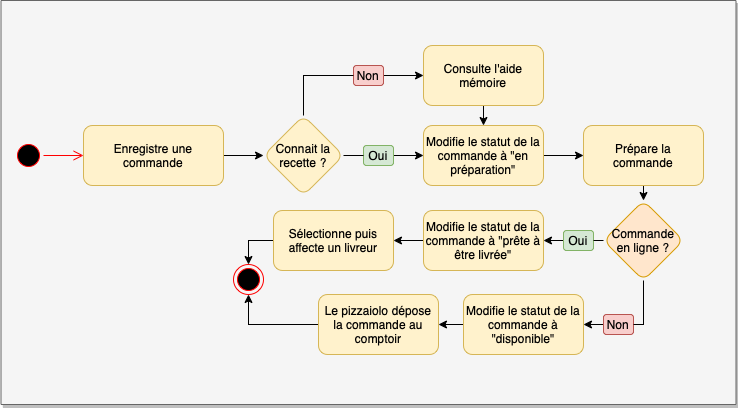
Above: package cuisine.drawio.png in YvesC88/Project-6 (draw.io), before the change. Source tidied: cells renumbered, new cells last; positions are measured from the earlier drawing's top-left corner, leaving out a move shared by most shapes. The source it was exported from:
```xml
<mxGraphModel>
  <root>
    <mxCell id="0" />
    <mxCell id="1" parent="0" />
    <mxCell id="2" style="rounded=0;whiteSpace=wrap;html=1;fillColor=#f5f5f5;fontColor=#333333;strokeColor=#666666;shadow=1;" parent="1" vertex="1">
      <mxGeometry x="-0.5" width="735" height="404" as="geometry" />
    </mxCell>
    <mxCell id="3" style="ellipse;html=1;shape=startState;fillColor=#000000;strokeColor=#ff0000;" parent="1" vertex="1">
      <mxGeometry x="12" y="140" width="30" height="30" as="geometry" />
    </mxCell>
    <mxCell id="4" style="edgeStyle=orthogonalEdgeStyle;html=1;verticalAlign=bottom;endArrow=open;endSize=8;strokeColor=#ff0000;rounded=0;entryX=0;entryY=0.5;entryDx=0;entryDy=0;" parent="1" edge="1" source="3" target="6">
      <mxGeometry relative="1" as="geometry" />
    </mxCell>
    <mxCell id="5" style="edgeStyle=orthogonalEdgeStyle;rounded=0;jettySize=auto;html=1;exitX=1;exitY=0.5;exitDx=0;exitDy=0;entryX=0;entryY=0.5;entryDx=0;entryDy=0;endArrow=classic;endFill=1;" parent="1" edge="1" source="6" target="9">
      <mxGeometry relative="1" as="geometry" />
    </mxCell>
    <mxCell id="6" value="Enregistre une commande" style="rounded=1;whiteSpace=wrap;html=1;fillColor=#fff2cc;strokeColor=#d6b656;" parent="1" vertex="1">
      <mxGeometry x="82" y="125" width="140" height="60" as="geometry" />
    </mxCell>
    <mxCell id="7" style="edgeStyle=orthogonalEdgeStyle;rounded=0;jettySize=auto;html=1;exitX=1;exitY=0.5;exitDx=0;exitDy=0;entryX=0;entryY=0.5;entryDx=0;entryDy=0;endArrow=classic;endFill=1;startArrow=none;" parent="1" edge="1" source="16" target="11">
      <mxGeometry relative="1" as="geometry" />
    </mxCell>
    <mxCell id="8" style="edgeStyle=orthogonalEdgeStyle;rounded=0;jettySize=auto;html=1;exitX=1;exitY=0.5;exitDx=0;exitDy=0;entryX=0;entryY=0.5;entryDx=0;entryDy=0;endArrow=classic;endFill=1;startArrow=none;" parent="1" edge="1" source="14" target="13">
      <mxGeometry relative="1" as="geometry" />
    </mxCell>
    <mxCell id="9" value="Connait la recette ?" style="rhombus;whiteSpace=wrap;html=1;fillColor=#fff2cc;strokeColor=#d6b656;rounded=1;" parent="1" vertex="1">
      <mxGeometry x="262" y="115" width="80" height="80" as="geometry" />
    </mxCell>
    <mxCell id="10" style="edgeStyle=orthogonalEdgeStyle;rounded=0;jettySize=auto;html=1;exitX=0.5;exitY=1;exitDx=0;exitDy=0;entryX=0.5;entryY=0;entryDx=0;entryDy=0;endArrow=classic;endFill=1;" parent="1" edge="1" source="11" target="13">
      <mxGeometry relative="1" as="geometry" />
    </mxCell>
    <mxCell id="11" value="Consulte l'aide mémoire" style="rounded=1;whiteSpace=wrap;html=1;fillColor=#fff2cc;strokeColor=#d6b656;" parent="1" vertex="1">
      <mxGeometry x="422" y="45" width="120" height="60" as="geometry" />
    </mxCell>
    <mxCell id="12" style="edgeStyle=orthogonalEdgeStyle;rounded=0;jettySize=auto;html=1;exitX=1;exitY=0.5;exitDx=0;exitDy=0;entryX=0;entryY=0.5;entryDx=0;entryDy=0;endArrow=classic;endFill=1;" parent="1" edge="1" source="13" target="21">
      <mxGeometry relative="1" as="geometry" />
    </mxCell>
    <mxCell id="13" value="Modifie le statut de la commande à &quot;en préparation&quot;" style="rounded=1;whiteSpace=wrap;html=1;fillColor=#fff2cc;strokeColor=#d6b656;" parent="1" vertex="1">
      <mxGeometry x="422" y="125" width="120" height="60" as="geometry" />
    </mxCell>
    <mxCell id="14" value="Oui" style="text;html=1;strokeColor=#82b366;fillColor=#d5e8d4;align=center;verticalAlign=middle;whiteSpace=wrap;rounded=1;" parent="1" vertex="1">
      <mxGeometry x="362" y="145" width="30" height="20" as="geometry" />
    </mxCell>
    <mxCell id="15" style="edgeStyle=orthogonalEdgeStyle;rounded=0;jettySize=auto;html=1;exitX=1;exitY=0.5;exitDx=0;exitDy=0;entryX=0;entryY=0.5;entryDx=0;entryDy=0;endArrow=none;endFill=1;" parent="1" edge="1" source="9" target="14">
      <mxGeometry relative="1" as="geometry" />
    </mxCell>
    <mxCell id="16" value="Non" style="text;html=1;strokeColor=#b85450;fillColor=#f8cecc;align=center;verticalAlign=middle;whiteSpace=wrap;rounded=1;" parent="1" vertex="1">
      <mxGeometry x="352" y="65" width="30" height="20" as="geometry" />
    </mxCell>
    <mxCell id="17" style="edgeStyle=orthogonalEdgeStyle;rounded=0;jettySize=auto;html=1;exitX=0.5;exitY=0;exitDx=0;exitDy=0;entryX=0;entryY=0.5;entryDx=0;entryDy=0;endArrow=none;endFill=1;" parent="1" edge="1" source="9" target="16">
      <mxGeometry relative="1" as="geometry" />
    </mxCell>
    <mxCell id="18" style="edgeStyle=orthogonalEdgeStyle;rounded=0;jettySize=auto;html=1;exitX=0;exitY=0.5;exitDx=0;exitDy=0;entryX=0.5;entryY=0;entryDx=0;entryDy=0;" parent="1" edge="1" source="19" target="24">
      <mxGeometry relative="1" as="geometry" />
    </mxCell>
    <mxCell id="19" value="Sélectionne puis affecte un livreur" style="rounded=1;whiteSpace=wrap;html=1;fillColor=#fff2cc;strokeColor=#d6b656;" parent="1" vertex="1">
      <mxGeometry x="272" y="210" width="120" height="60" as="geometry" />
    </mxCell>
    <mxCell id="20" style="edgeStyle=orthogonalEdgeStyle;rounded=0;jettySize=auto;html=1;exitX=0.5;exitY=1;exitDx=0;exitDy=0;entryX=0.5;entryY=0;entryDx=0;entryDy=0;" parent="1" edge="1" source="21" target="25">
      <mxGeometry relative="1" as="geometry" />
    </mxCell>
    <mxCell id="21" value="Prépare la commande" style="rounded=1;whiteSpace=wrap;html=1;fillColor=#fff2cc;strokeColor=#d6b656;" parent="1" vertex="1">
      <mxGeometry x="582" y="125" width="120" height="60" as="geometry" />
    </mxCell>
    <mxCell id="22" style="edgeStyle=orthogonalEdgeStyle;rounded=0;jettySize=auto;html=1;exitX=0;exitY=0.5;exitDx=0;exitDy=0;entryX=0.5;entryY=1;entryDx=0;entryDy=0;" parent="1" edge="1" source="23" target="24">
      <mxGeometry relative="1" as="geometry" />
    </mxCell>
    <mxCell id="23" value="Le pizzaiolo dépose la commande au comptoir" style="whiteSpace=wrap;html=1;rounded=1;strokeColor=#d6b656;fillColor=#fff2cc;" parent="1" vertex="1">
      <mxGeometry x="317" y="294" width="120" height="60" as="geometry" />
    </mxCell>
    <mxCell id="24" style="ellipse;html=1;shape=endState;fillColor=#000000;strokeColor=#ff0000;" parent="1" vertex="1">
      <mxGeometry x="232" y="264" width="30" height="30" as="geometry" />
    </mxCell>
    <mxCell id="25" value="Commande en ligne ?" style="rhombus;whiteSpace=wrap;html=1;rounded=1;fillColor=#ffe6cc;strokeColor=#d79b00;" parent="1" vertex="1">
      <mxGeometry x="602" y="200" width="80" height="80" as="geometry" />
    </mxCell>
    <mxCell id="26" style="edgeStyle=orthogonalEdgeStyle;rounded=0;jettySize=auto;html=1;exitX=0;exitY=0.5;exitDx=0;exitDy=0;entryX=1;entryY=0.5;entryDx=0;entryDy=0;" parent="1" edge="1" source="27" target="35">
      <mxGeometry relative="1" as="geometry" />
    </mxCell>
    <mxCell id="27" value="Oui" style="text;html=1;strokeColor=#82b366;fillColor=#d5e8d4;align=center;verticalAlign=middle;whiteSpace=wrap;rounded=1;" parent="1" vertex="1">
      <mxGeometry x="562" y="230" width="30" height="20" as="geometry" />
    </mxCell>
    <mxCell id="28" style="edgeStyle=orthogonalEdgeStyle;rounded=0;jettySize=auto;html=1;exitX=0;exitY=0.5;exitDx=0;exitDy=0;entryX=1;entryY=0.5;entryDx=0;entryDy=0;endArrow=none;" parent="1" edge="1" source="25" target="27">
      <mxGeometry relative="1" as="geometry" />
    </mxCell>
    <mxCell id="29" style="edgeStyle=orthogonalEdgeStyle;rounded=0;jettySize=auto;html=1;exitX=0;exitY=0.5;exitDx=0;exitDy=0;entryX=1;entryY=0.5;entryDx=0;entryDy=0;" parent="1" edge="1" source="30" target="33">
      <mxGeometry relative="1" as="geometry" />
    </mxCell>
    <mxCell id="30" value="Non" style="text;html=1;strokeColor=#b85450;fillColor=#f8cecc;align=center;verticalAlign=middle;whiteSpace=wrap;rounded=1;" parent="1" vertex="1">
      <mxGeometry x="602" y="314" width="30" height="20" as="geometry" />
    </mxCell>
    <mxCell id="31" style="edgeStyle=orthogonalEdgeStyle;rounded=0;jettySize=auto;html=1;exitX=0.5;exitY=1;exitDx=0;exitDy=0;entryX=1;entryY=0.5;entryDx=0;entryDy=0;endArrow=none;" parent="1" edge="1" source="25" target="30">
      <mxGeometry relative="1" as="geometry">
        <Array as="points">
          <mxPoint x="642" y="324" />
        </Array>
      </mxGeometry>
    </mxCell>
    <mxCell id="32" style="edgeStyle=orthogonalEdgeStyle;rounded=0;jettySize=auto;html=1;exitX=0;exitY=0.5;exitDx=0;exitDy=0;entryX=1;entryY=0.5;entryDx=0;entryDy=0;" parent="1" edge="1" source="33" target="23">
      <mxGeometry relative="1" as="geometry" />
    </mxCell>
    <mxCell id="33" value="Modifie le statut de la commande à &quot;disponible&quot;" style="rounded=1;whiteSpace=wrap;html=1;fillColor=#fff2cc;strokeColor=#d6b656;" parent="1" vertex="1">
      <mxGeometry x="462" y="294" width="120" height="60" as="geometry" />
    </mxCell>
    <mxCell id="34" style="edgeStyle=orthogonalEdgeStyle;rounded=0;jettySize=auto;html=1;exitX=0;exitY=0.5;exitDx=0;exitDy=0;entryX=1;entryY=0.5;entryDx=0;entryDy=0;" parent="1" edge="1" source="35" target="19">
      <mxGeometry relative="1" as="geometry" />
    </mxCell>
    <mxCell id="35" value="Modifie le statut de la commande à &quot;prête à être livrée&quot;" style="rounded=1;whiteSpace=wrap;html=1;fillColor=#fff2cc;strokeColor=#d6b656;" parent="1" vertex="1">
      <mxGeometry x="422" y="210" width="120" height="60" as="geometry" />
    </mxCell>
  </root>
</mxGraphModel>
```
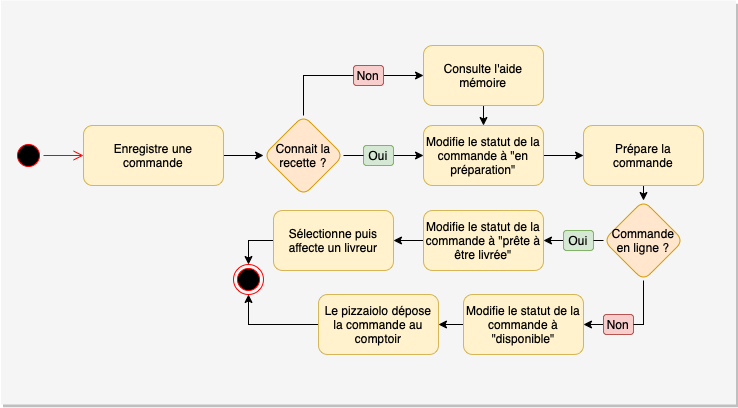
Later version of the same file.

Change to the diagram source:
```diff
@@ -2,7 +2,7 @@
   <root>
     <mxCell id="0" />
     <mxCell id="1" parent="0" />
-    <mxCell id="2" style="rounded=0;whiteSpace=wrap;html=1;fillColor=#f5f5f5;fontColor=#333333;strokeColor=#666666;shadow=1;" parent="1" vertex="1">
+    <mxCell id="2" style="rounded=0;whiteSpace=wrap;html=1;fillColor=#f5f5f5;fontColor=#333333;strokeColor=none;shadow=1;" parent="1" vertex="1">
       <mxGeometry x="-0.5" width="735" height="404" as="geometry" />
     </mxCell>
     <mxCell id="3" style="ellipse;html=1;shape=startState;fillColor=#000000;strokeColor=#ff0000;" parent="1" vertex="1">
@@ -23,7 +23,7 @@
     <mxCell id="8" style="edgeStyle=orthogonalEdgeStyle;rounded=0;jettySize=auto;html=1;exitX=1;exitY=0.5;exitDx=0;exitDy=0;entryX=0;entryY=0.5;entryDx=0;entryDy=0;endArrow=classic;endFill=1;startArrow=none;" parent="1" edge="1" source="14" target="13">
       <mxGeometry relative="1" as="geometry" />
     </mxCell>
-    <mxCell id="9" value="Connait la recette ?" style="rhombus;whiteSpace=wrap;html=1;fillColor=#fff2cc;strokeColor=#d6b656;rounded=1;" parent="1" vertex="1">
+    <mxCell id="9" value="Connait la recette ?" style="rhombus;whiteSpace=wrap;html=1;fillColor=#ffe6cc;strokeColor=#d79b00;rounded=1;" parent="1" vertex="1">
       <mxGeometry x="262" y="115" width="80" height="80" as="geometry" />
     </mxCell>
     <mxCell id="10" style="edgeStyle=orthogonalEdgeStyle;rounded=0;jettySize=auto;html=1;exitX=0.5;exitY=1;exitDx=0;exitDy=0;entryX=0.5;entryY=0;entryDx=0;entryDy=0;endArrow=classic;endFill=1;" parent="1" edge="1" source="11" target="13">
```
